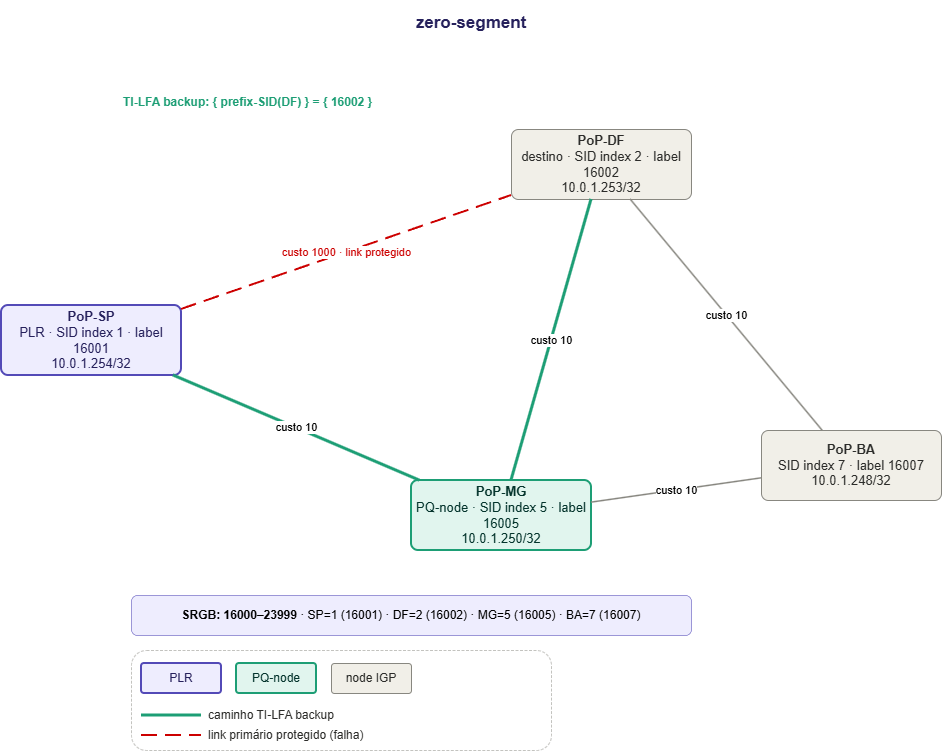
This is Labs/Cisco/SR-MPLS/TI-LFA/zero-segment/images/topology-zero-segment.png from rnpbr/LabRedes-segmentrouting, a draw.io export, as it was before one commit. Source tidied: cells renumbered, new cells last; positions are measured from the earlier drawing's top-left corner, leaving out a move shared by most shapes. The source it was exported from:
```xml
<mxGraphModel>
  <root>
    <mxCell id="0" />
    <mxCell id="1" parent="0" />
    <mxCell id="2" value="zero-segment" style="text;html=1;strokeColor=none;fillColor=none;align=center;verticalAlign=middle;whiteSpace=wrap;rounded=0;fontSize=17;fontStyle=1;fontColor=#26215C;" parent="1" vertex="1">
      <mxGeometry x="20" width="900" height="45" as="geometry" />
    </mxCell>
    <mxCell id="3" value="&lt;b&gt;PoP-SP&lt;/b&gt;&lt;br&gt;PLR · SID index 1 · label 16001&lt;br&gt;10.0.1.254/32" style="rounded=1;whiteSpace=wrap;html=1;fillColor=#EEEDFE;strokeColor=#534AB7;strokeWidth=2;fontColor=#26215C;fontSize=13;arcSize=10;" parent="1" vertex="1">
      <mxGeometry y="305" width="180" height="70" as="geometry" />
    </mxCell>
    <mxCell id="4" value="&lt;b&gt;PoP-DF&lt;/b&gt;&lt;br&gt;destino · SID index 2 · label 16002&lt;br&gt;10.0.1.253/32" style="rounded=1;whiteSpace=wrap;html=1;fillColor=#F1EFE8;strokeColor=#888780;strokeWidth=1;fontColor=#2C2C2A;fontSize=13;arcSize=10;" parent="1" vertex="1">
      <mxGeometry x="510" y="129" width="180" height="70" as="geometry" />
    </mxCell>
    <mxCell id="5" value="&lt;b&gt;PoP-MG&lt;/b&gt;&lt;br&gt;PQ-node · SID index 5 · label 16005&lt;br&gt;10.0.1.250/32" style="rounded=1;whiteSpace=wrap;html=1;fillColor=#E1F5EE;strokeColor=#1D9E75;strokeWidth=2;fontColor=#04342C;fontSize=13;arcSize=10;" parent="1" vertex="1">
      <mxGeometry x="410" y="480" width="180" height="70" as="geometry" />
    </mxCell>
    <mxCell id="6" value="&lt;b&gt;PoP-BA&lt;/b&gt;&lt;br&gt;SID index 7 · label 16007&lt;br&gt;10.0.1.248/32" style="rounded=1;whiteSpace=wrap;html=1;fillColor=#F1EFE8;strokeColor=#888780;strokeWidth=1;fontColor=#2C2C2A;fontSize=13;arcSize=10;" parent="1" vertex="1">
      <mxGeometry x="760" y="430" width="180" height="70" as="geometry" />
    </mxCell>
    <mxCell id="7" value="&lt;font color='#CC0000'&gt;custo 1000 · link protegido&lt;/font&gt;" style="endArrow=none;strokeColor=#CC0000;strokeWidth=2;dashed=1;dashPattern=8 4;html=1;fontSize=11;" parent="1" edge="1" source="3" target="4">
      <mxGeometry relative="1" as="geometry" />
    </mxCell>
    <mxCell id="8" value="custo 10" style="endArrow=none;strokeColor=#1D9E75;strokeWidth=3;html=1;fontSize=11;" parent="1" edge="1" source="3" target="5">
      <mxGeometry relative="1" as="geometry" />
    </mxCell>
    <mxCell id="9" value="custo 10" style="endArrow=none;strokeColor=#1D9E75;strokeWidth=3;html=1;fontSize=11;" parent="1" edge="1" source="5" target="4">
      <mxGeometry relative="1" as="geometry" />
    </mxCell>
    <mxCell id="10" value="custo 10" style="endArrow=none;strokeColor=#888780;strokeWidth=1.5;html=1;fontSize=11;" parent="1" edge="1" source="5" target="6">
      <mxGeometry relative="1" as="geometry" />
    </mxCell>
    <mxCell id="11" value="custo 10" style="endArrow=none;strokeColor=#888780;strokeWidth=1.5;html=1;fontSize=11;" parent="1" edge="1" source="6" target="4">
      <mxGeometry relative="1" as="geometry" />
    </mxCell>
    <mxCell id="12" value="TI-LFA backup: { prefix-SID(DF) } = { 16002 }" style="text;html=1;strokeColor=none;fillColor=none;align=left;verticalAlign=middle;fontSize=12;fontColor=#1D9E75;fontStyle=1;" parent="1" vertex="1">
      <mxGeometry x="120" y="90" width="300" height="24" as="geometry" />
    </mxCell>
    <mxCell id="13" value="&lt;b&gt;SRGB: 16000–23999&lt;/b&gt;  ·  SP=1 (16001)  ·  DF=2 (16002)  ·  MG=5 (16005)  ·  BA=7 (16007)" style="text;html=1;strokeColor=#534AB7;fillColor=#EEEDFE;align=center;verticalAlign=middle;whiteSpace=wrap;rounded=1;fontSize=12;strokeWidth=0.5;" parent="1" vertex="1">
      <mxGeometry x="130" y="595" width="560" height="40" as="geometry" />
    </mxCell>
    <mxCell id="14" style="rounded=1;whiteSpace=wrap;html=1;fillColor=none;strokeColor=#888780;strokeWidth=0.5;dashed=1;dashPattern=6 3;fontSize=12;" parent="1" vertex="1">
      <mxGeometry x="130" y="650" width="420" height="100" as="geometry" />
    </mxCell>
    <mxCell id="15" value="PLR" style="rounded=1;whiteSpace=wrap;html=1;fillColor=#EEEDFE;strokeColor=#534AB7;strokeWidth=2;fontColor=#26215C;fontSize=12;arcSize=10;" parent="1" vertex="1">
      <mxGeometry x="140" y="663" width="80" height="30" as="geometry" />
    </mxCell>
    <mxCell id="16" value="PQ-node" style="rounded=1;whiteSpace=wrap;html=1;fillColor=#E1F5EE;strokeColor=#1D9E75;strokeWidth=2;fontColor=#04342C;fontSize=12;arcSize=10;" parent="1" vertex="1">
      <mxGeometry x="235" y="663" width="80" height="30" as="geometry" />
    </mxCell>
    <mxCell id="17" value="node IGP" style="rounded=1;whiteSpace=wrap;html=1;fillColor=#F1EFE8;strokeColor=#888780;strokeWidth=1;fontColor=#2C2C2A;fontSize=12;arcSize=10;" parent="1" vertex="1">
      <mxGeometry x="330" y="663" width="80" height="30" as="geometry" />
    </mxCell>
    <mxCell id="18" style="endArrow=none;strokeColor=#1D9E75;strokeWidth=3;html=1;" parent="1" edge="1">
      <mxGeometry relative="1" as="geometry">
        <mxPoint x="140" y="715" as="sourcePoint" />
        <mxPoint x="200" y="715" as="targetPoint" />
      </mxGeometry>
    </mxCell>
    <mxCell id="19" value="caminho TI-LFA backup" style="text;html=1;strokeColor=none;fillColor=none;align=left;verticalAlign=middle;fontSize=12;fontColor=#2C2C2A;" parent="1" vertex="1">
      <mxGeometry x="205" y="705" width="180" height="20" as="geometry" />
    </mxCell>
    <mxCell id="20" style="endArrow=none;strokeColor=#CC0000;strokeWidth=2;dashed=1;dashPattern=8 4;html=1;" parent="1" edge="1">
      <mxGeometry relative="1" as="geometry">
        <mxPoint x="140" y="735" as="sourcePoint" />
        <mxPoint x="200" y="735" as="targetPoint" />
      </mxGeometry>
    </mxCell>
    <mxCell id="21" value="link primário protegido (falha)" style="text;html=1;strokeColor=none;fillColor=none;align=left;verticalAlign=middle;fontSize=12;fontColor=#2C2C2A;" parent="1" vertex="1">
      <mxGeometry x="205" y="725" width="200" height="20" as="geometry" />
    </mxCell>
  </root>
</mxGraphModel>
```
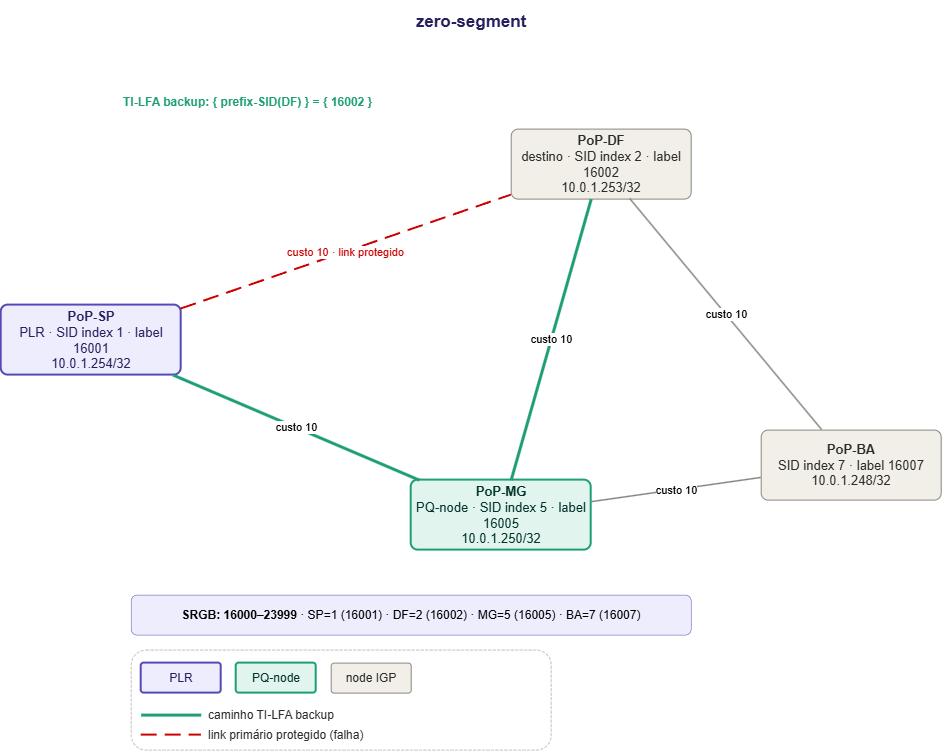
The same diagram one commit later.

What changed in the source:
```diff
@@ -17,7 +17,7 @@
     <mxCell id="6" value="&lt;b&gt;PoP-BA&lt;/b&gt;&lt;br&gt;SID index 7 · label 16007&lt;br&gt;10.0.1.248/32" style="rounded=1;whiteSpace=wrap;html=1;fillColor=#F1EFE8;strokeColor=#888780;strokeWidth=1;fontColor=#2C2C2A;fontSize=13;arcSize=10;" parent="1" vertex="1">
       <mxGeometry x="760" y="430" width="180" height="70" as="geometry" />
     </mxCell>
-    <mxCell id="7" value="&lt;font color='#CC0000'&gt;custo 1000 · link protegido&lt;/font&gt;" style="endArrow=none;strokeColor=#CC0000;strokeWidth=2;dashed=1;dashPattern=8 4;html=1;fontSize=11;" parent="1" edge="1" source="3" target="4">
+    <mxCell id="7" value="&lt;font color=&quot;#CC0000&quot;&gt;custo 10 · link protegido&lt;/font&gt;" style="endArrow=none;strokeColor=#CC0000;strokeWidth=2;dashed=1;dashPattern=8 4;html=1;fontSize=11;" parent="1" edge="1" source="3" target="4">
       <mxGeometry relative="1" as="geometry" />
     </mxCell>
     <mxCell id="8" value="custo 10" style="endArrow=none;strokeColor=#1D9E75;strokeWidth=3;html=1;fontSize=11;" parent="1" edge="1" source="3" target="5">
```
